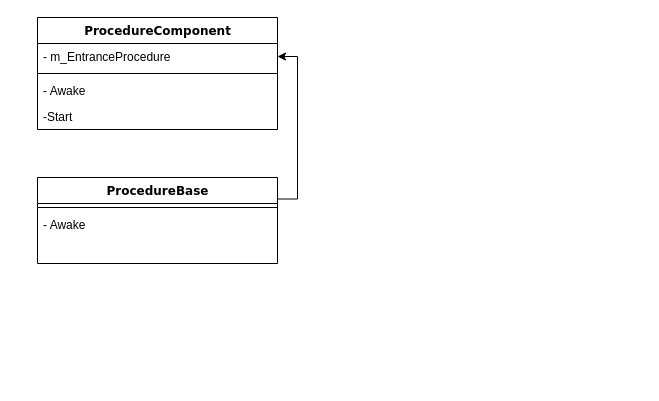
Earlier version of the draw.io diagram page "ProcedureComponent（流程控制器）" (3 of 3) of GF/各个模块.drawio (GuiYe314/draw.io). Source tidied: cells renumbered, new cells numbered last; positions are measured from the earlier drawing's top-left corner, leaving out a move shared by most shapes. Both pictures are drawn from the tidied source at 100%, with x=0, y=0 at pixel (37, 17).
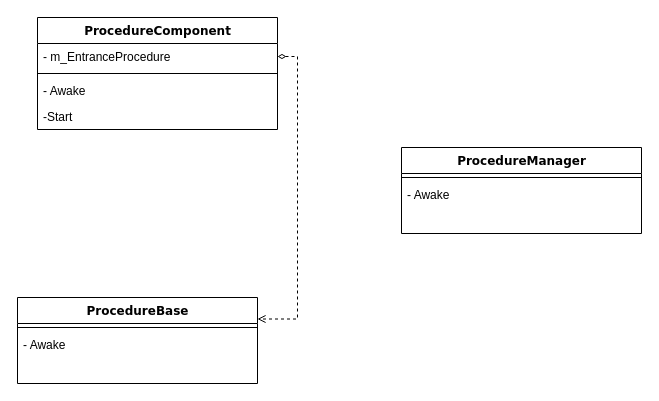
Above is the later version.

Commit message:
更新各个模块.drawio

Change to the diagram source:
```diff
@@
 <mxGraphModel>
   <root>
     <mxCell id="0" />
     <mxCell id="1" parent="0" />
     <mxCell id="2" value="ProcedureComponent" style="swimlane;html=1;fontStyle=1;align=center;verticalAlign=top;horizontal=1;startSize=26;swimlaneFillColor=#ffffff;rounded=0;shadow=0;comic=0;labelBackgroundColor=none;strokeWidth=1;fillColor=none;fontFamily=Verdana;fontSize=12;" parent="1" vertex="1">
       <mxGeometry width="240" height="112" as="geometry" />
     </mxCell>
     <mxCell id="3" value="- m_EntranceProcedure" style="text;html=1;strokeColor=none;fillColor=none;align=left;verticalAlign=top;spacingLeft=4;spacingRight=4;whiteSpace=wrap;overflow=hidden;points=[[0,0.5],[1,0.5]];portConstraint=eastwest;" parent="2" vertex="1">
       <mxGeometry y="26" width="240" height="26" as="geometry" />
     </mxCell>
     <mxCell id="4" style="line;html=1;strokeWidth=1;fillColor=none;align=left;verticalAlign=middle;spacingTop=-1;spacingLeft=3;spacingRight=3;labelPosition=right;" parent="2" vertex="1">
       <mxGeometry y="52" width="240" height="8" as="geometry" />
     </mxCell>
     <mxCell id="5" value="- Awake" style="text;html=1;strokeColor=none;fillColor=none;align=left;verticalAlign=top;spacingLeft=4;spacingRight=4;whiteSpace=wrap;overflow=hidden;" parent="2" vertex="1">
       <mxGeometry y="60" width="240" height="26" as="geometry" />
     </mxCell>
     <mxCell id="6" value="-Start&amp;nbsp;" style="text;html=1;strokeColor=none;fillColor=none;align=left;verticalAlign=top;spacingLeft=4;spacingRight=4;whiteSpace=wrap;overflow=hidden;" parent="2" vertex="1">
       <mxGeometry y="86" width="240" height="26" as="geometry" />
     </mxCell>
-    <mxCell id="7" style="edgeStyle=orthogonalEdgeStyle;rounded=0;jettySize=auto;html=1;exitX=1;exitY=0.25;exitDx=0;exitDy=0;entryX=1;entryY=0.5;entryDx=0;entryDy=0;" parent="1" edge="1" source="8" target="3">
-      <mxGeometry relative="1" as="geometry" />
-    </mxCell>
     <mxCell id="8" value="ProcedureBase" style="swimlane;html=1;fontStyle=1;align=center;verticalAlign=top;horizontal=1;startSize=26;swimlaneFillColor=#ffffff;rounded=0;shadow=0;comic=0;labelBackgroundColor=none;strokeWidth=1;fillColor=none;fontFamily=Verdana;fontSize=12;" parent="1" vertex="1">
-      <mxGeometry y="160" width="240" height="86" as="geometry" />
+      <mxGeometry x="-20" y="280" width="240" height="86" as="geometry" />
     </mxCell>
     <mxCell id="9" style="line;html=1;strokeWidth=1;fillColor=none;align=left;verticalAlign=middle;spacingTop=-1;spacingLeft=3;spacingRight=3;labelPosition=right;" parent="8" vertex="1">
       <mxGeometry y="26" width="240" height="8" as="geometry" />
     </mxCell>
     <mxCell id="10" value="- Awake" style="text;html=1;strokeColor=none;fillColor=none;align=left;verticalAlign=top;spacingLeft=4;spacingRight=4;whiteSpace=wrap;overflow=hidden;" parent="8" vertex="1">
       <mxGeometry y="34" width="240" height="26" as="geometry" />
     </mxCell>
+    <mxCell id="11" style="edgeStyle=orthogonalEdgeStyle;rounded=0;jettySize=auto;html=1;exitX=1;exitY=0.5;exitDx=0;exitDy=0;entryX=1;entryY=0.25;entryDx=0;entryDy=0;dashed=1;endArrow=open;endFill=0;startArrow=diamondThin;startFill=0;" parent="1" edge="1" source="3" target="8">
+      <mxGeometry relative="1" as="geometry" />
+    </mxCell>
+    <mxCell id="12" value="ProcedureManager" style="swimlane;html=1;fontStyle=1;align=center;verticalAlign=top;horizontal=1;startSize=26;swimlaneFillColor=#ffffff;rounded=0;shadow=0;comic=0;labelBackgroundColor=none;strokeWidth=1;fillColor=none;fontFamily=Verdana;fontSize=12;" parent="1" vertex="1">
+      <mxGeometry x="364" y="130" width="240" height="86" as="geometry" />
+    </mxCell>
+    <mxCell id="13" style="line;html=1;strokeWidth=1;fillColor=none;align=left;verticalAlign=middle;spacingTop=-1;spacingLeft=3;spacingRight=3;labelPosition=right;" parent="12" vertex="1">
+      <mxGeometry y="26" width="240" height="8" as="geometry" />
+    </mxCell>
+    <mxCell id="14" value="- Awake" style="text;html=1;strokeColor=none;fillColor=none;align=left;verticalAlign=top;spacingLeft=4;spacingRight=4;whiteSpace=wrap;overflow=hidden;" parent="12" vertex="1">
+      <mxGeometry y="34" width="240" height="26" as="geometry" />
+    </mxCell>
   </root>
 </mxGraphModel>
```
